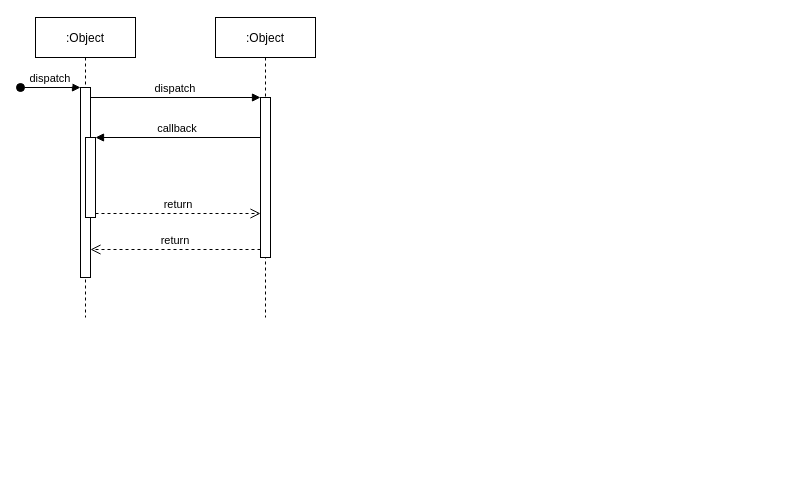
Before: Untitled Diagram.drawio in elianenettoportal/JestTest, a draw.io diagram. Source tidied: cells renumbered, new cells numbered last; positions are measured from the earlier drawing's top-left corner, leaving out a move shared by most shapes. Both pictures are drawn from the tidied source at 100%, with x=0, y=0 at pixel (20, 17).
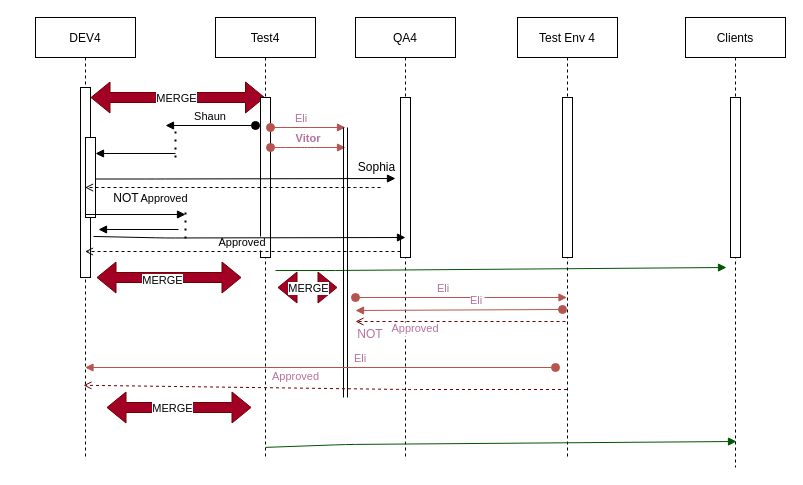
After the change.

The change refers to these unchanged cells:
```xml
<mxCell id="3" style="points=[];perimeter=orthogonalPerimeter;rounded=0;shadow=0;strokeWidth=1;" parent="2" vertex="1">
  <mxGeometry x="45" y="70" width="10" height="190" as="geometry" />
</mxCell>
<mxCell id="5" style="points=[];perimeter=orthogonalPerimeter;rounded=0;shadow=0;strokeWidth=1;" parent="2" vertex="1">
  <mxGeometry x="50" y="120" width="10" height="80" as="geometry" />
</mxCell>
<mxCell id="7" style="points=[];perimeter=orthogonalPerimeter;rounded=0;shadow=0;strokeWidth=1;" parent="6" vertex="1">
  <mxGeometry x="45" y="80" width="10" height="160" as="geometry" />
</mxCell>
```

Diff of the diagram source:
```diff
@@
-    <mxCell id="2" value=":Object" style="shape=umlLifeline;perimeter=lifelinePerimeter;rounded=0;shadow=0;strokeWidth=1;" parent="1" vertex="1">
-      <mxGeometry x="15" width="100" height="300" as="geometry" />
+    <mxCell id="2" value="DEV4" style="shape=umlLifeline;perimeter=lifelinePerimeter;rounded=0;shadow=0;strokeWidth=1;" parent="1" vertex="1">
+      <mxGeometry x="15" width="100" height="440" as="geometry" />
     </mxCell>
@@
-    <mxCell id="4" value="dispatch" style="verticalAlign=bottom;startArrow=oval;endArrow=block;startSize=8;shadow=0;strokeWidth=1;" parent="2" edge="1" target="3">
-      <mxGeometry relative="1" as="geometry">
-        <mxPoint x="-15" y="70" as="sourcePoint" />
-      </mxGeometry>
-    </mxCell>
@@
+    <mxCell id="12" style="shape=flexArrow;endArrow=classic;startArrow=classic;html=1;rounded=0;fillColor=#a20025;strokeColor=#6F0000;" parent="2" edge="1" target="6">
+      <mxGeometry relative="1" as="geometry">
+        <mxPoint x="55" y="80" as="sourcePoint" />
+      </mxGeometry>
+    </mxCell>
+    <mxCell id="13" value="MERGE" style="edgeLabel;html=1;align=center;verticalAlign=middle;" parent="12" vertex="1">
+      <mxGeometry x="0.34" y="3" relative="1" as="geometry">
+        <mxPoint x="-32" y="3" as="offset" />
+      </mxGeometry>
+    </mxCell>
-    <mxCell id="6" value=":Object" style="shape=umlLifeline;perimeter=lifelinePerimeter;rounded=0;shadow=0;strokeWidth=1;" parent="1" vertex="1">
-      <mxGeometry x="195" width="100" height="300" as="geometry" />
+    <mxCell id="6" value="Test4" style="shape=umlLifeline;perimeter=lifelinePerimeter;rounded=0;shadow=0;strokeWidth=1;" parent="1" vertex="1">
+      <mxGeometry x="195" width="100" height="440" as="geometry" />
     </mxCell>
@@
-    <mxCell id="8" value="return" style="verticalAlign=bottom;endArrow=open;dashed=1;endSize=8;exitX=0;exitY=0.95;shadow=0;strokeWidth=1;" parent="1" edge="1" source="7" target="3">
-      <mxGeometry relative="1" as="geometry" />
-    </mxCell>
-    <mxCell id="9" value="dispatch" style="verticalAlign=bottom;endArrow=block;entryX=0;entryY=0;shadow=0;strokeWidth=1;" parent="1" edge="1" source="3" target="7">
-      <mxGeometry relative="1" as="geometry" />
-    </mxCell>
+    <mxCell id="14" value="Eli" style="verticalAlign=bottom;startArrow=oval;endArrow=block;startSize=8;shadow=0;strokeWidth=1;fillColor=#f8cecc;strokeColor=#b85450;fontColor=#B5739D;" parent="6" edge="1">
+      <mxGeometry x="-0.17" relative="1" as="geometry">
+        <mxPoint x="55" y="110" as="sourcePoint" />
+        <mxPoint x="130" y="110" as="targetPoint" />
+      </mxGeometry>
+    </mxCell>
+    <mxCell id="15" value="Vitor" style="verticalAlign=bottom;startArrow=oval;endArrow=block;startSize=8;shadow=0;strokeWidth=1;fontColor=#B5739D;fontStyle=1;fillColor=#f8cecc;strokeColor=#b85450;" parent="6" edge="1">
+      <mxGeometry relative="1" as="geometry">
+        <mxPoint x="55" y="130" as="sourcePoint" />
+        <mxPoint x="130" y="130" as="targetPoint" />
+        <Array as="points">
+          <mxPoint x="80" y="130" />
+          <mxPoint x="90" y="130" />
+        </Array>
+      </mxGeometry>
+    </mxCell>
+    <mxCell id="16" value="Shaun" style="verticalAlign=bottom;startArrow=oval;endArrow=block;startSize=8;shadow=0;strokeWidth=1;" parent="6" edge="1">
+      <mxGeometry relative="1" as="geometry">
+        <mxPoint x="40" y="108" as="sourcePoint" />
+        <mxPoint x="-50" y="108" as="targetPoint" />
+      </mxGeometry>
+    </mxCell>
+    <mxCell id="17" style="verticalAlign=bottom;endArrow=block;shadow=0;strokeWidth=1;" parent="6" edge="1">
+      <mxGeometry relative="1" as="geometry">
+        <mxPoint x="-120" y="161.5" as="sourcePoint" />
+        <mxPoint x="180" y="161" as="targetPoint" />
+        <Array as="points">
+          <mxPoint x="-60" y="161.5" />
+        </Array>
+      </mxGeometry>
+    </mxCell>
+    <mxCell id="18" style="shape=flexArrow;endArrow=classic;startArrow=classic;html=1;rounded=0;fillColor=#a20025;strokeColor=#6F0000;" parent="6" edge="1">
+      <mxGeometry relative="1" as="geometry">
+        <mxPoint x="-119" y="260" as="sourcePoint" />
+        <mxPoint x="26" y="260" as="targetPoint" />
+      </mxGeometry>
+    </mxCell>
+    <mxCell id="19" value="MERGE" style="edgeLabel;html=1;align=center;verticalAlign=middle;" parent="18" vertex="1">
+      <mxGeometry x="0.34" y="3" relative="1" as="geometry">
+        <mxPoint x="-32" y="5" as="offset" />
+      </mxGeometry>
+    </mxCell>
-    <mxCell id="10" value="callback" style="verticalAlign=bottom;endArrow=block;entryX=1;entryY=0;shadow=0;strokeWidth=1;" parent="1" edge="1" source="7" target="5">
-      <mxGeometry relative="1" as="geometry" />
+    <mxCell id="10" style="verticalAlign=bottom;endArrow=block;shadow=0;strokeWidth=1;" parent="1" edge="1">
+      <mxGeometry relative="1" as="geometry">
+        <mxPoint x="155" y="136" as="sourcePoint" />
+        <mxPoint x="75" y="136" as="targetPoint" />
+      </mxGeometry>
     </mxCell>
-    <mxCell id="11" value="return" style="verticalAlign=bottom;endArrow=open;dashed=1;endSize=8;exitX=1;exitY=0.95;shadow=0;strokeWidth=1;" parent="1" edge="1" source="5" target="7">
-      <mxGeometry relative="1" as="geometry" />
-    </mxCell>
+    <mxCell id="20" value="QA4" style="shape=umlLifeline;perimeter=lifelinePerimeter;rounded=0;shadow=0;strokeWidth=1;" parent="1" vertex="1">
+      <mxGeometry x="335" width="100" height="440" as="geometry" />
+    </mxCell>
+    <mxCell id="21" style="perimeter=orthogonalPerimeter;rounded=0;shadow=0;strokeWidth=1;" parent="20" vertex="1">
+      <mxGeometry x="45" y="80" width="10" height="160" as="geometry" />
+    </mxCell>
+    <mxCell id="22" value="Approved" style="verticalAlign=bottom;endArrow=open;dashed=1;shadow=0;strokeWidth=1;" parent="20" edge="1">
+      <mxGeometry relative="1" as="geometry">
+        <mxPoint x="45" y="234" as="sourcePoint" />
+        <mxPoint x="-270.5" y="234" as="targetPoint" />
+      </mxGeometry>
+    </mxCell>
+    <mxCell id="23" value="Eli" style="verticalAlign=bottom;startArrow=oval;endArrow=block;startSize=8;shadow=0;strokeWidth=1;fillColor=#f8cecc;strokeColor=#b85450;fontColor=#B5739D;" parent="20" edge="1">
+      <mxGeometry x="-0.17" relative="1" as="geometry">
+        <mxPoint y="280" as="sourcePoint" />
+        <mxPoint x="211.5" y="280" as="targetPoint" />
+      </mxGeometry>
+    </mxCell>
+    <mxCell id="24" value="&lt;font color=&quot;#b5739d&quot;&gt;NOT&lt;/font&gt;" style="text;html=1;strokeColor=none;fillColor=none;align=center;verticalAlign=middle;whiteSpace=wrap;rounded=0;" parent="20" vertex="1">
+      <mxGeometry x="-15" y="302" width="60" height="30" as="geometry" />
+    </mxCell>
+    <mxCell id="25" style="verticalAlign=bottom;endArrow=block;shadow=0;strokeWidth=1;entryX=-0.4;entryY=0.794;entryDx=0;entryDy=0;entryPerimeter=0;fillColor=#008a00;strokeColor=#005700;" parent="20" edge="1">
+      <mxGeometry relative="1" as="geometry">
+        <mxPoint x="-80" y="253" as="sourcePoint" />
+        <mxPoint x="371" y="250" as="targetPoint" />
+        <Array as="points">
+          <mxPoint x="-20" y="253" />
+        </Array>
+      </mxGeometry>
+    </mxCell>
+    <mxCell id="26" style="shape=flexArrow;endArrow=classic;startArrow=classic;html=1;rounded=0;fillColor=#a20025;strokeColor=#6F0000;" parent="20" edge="1">
+      <mxGeometry relative="1" as="geometry">
+        <mxPoint x="-78" y="270" as="sourcePoint" />
+        <mxPoint x="-18" y="270" as="targetPoint" />
+      </mxGeometry>
+    </mxCell>
+    <mxCell id="27" value="MERGE" style="edgeLabel;html=1;align=center;verticalAlign=middle;" parent="26" vertex="1">
+      <mxGeometry x="0.34" y="3" relative="1" as="geometry">
+        <mxPoint x="-10" y="3" as="offset" />
+      </mxGeometry>
+    </mxCell>
+    <mxCell id="28" value="Test Env 4" style="shape=umlLifeline;perimeter=lifelinePerimeter;rounded=0;shadow=0;strokeWidth=1;" parent="1" vertex="1">
+      <mxGeometry x="497" width="100" height="440" as="geometry" />
+    </mxCell>
+    <mxCell id="29" style="perimeter=orthogonalPerimeter;rounded=0;shadow=0;strokeWidth=1;" parent="28" vertex="1">
+      <mxGeometry x="45" y="80" width="10" height="160" as="geometry" />
+    </mxCell>
+    <mxCell id="30" value="Approved" style="verticalAlign=bottom;endArrow=open;dashed=1;shadow=0;strokeWidth=1;fillColor=#a20025;strokeColor=#6F0000;fontColor=#B5739D;" parent="28" edge="1">
+      <mxGeometry x="0.43" y="16" relative="1" as="geometry">
+        <mxPoint x="48" y="304" as="sourcePoint" />
+        <mxPoint x="-162" y="304" as="targetPoint" />
+      </mxGeometry>
+    </mxCell>
+    <mxCell id="31" value="Clients" style="shape=umlLifeline;perimeter=lifelinePerimeter;rounded=0;shadow=0;strokeWidth=1;" parent="1" vertex="1">
+      <mxGeometry x="665" width="100" height="450" as="geometry" />
+    </mxCell>
+    <mxCell id="32" style="perimeter=orthogonalPerimeter;rounded=0;shadow=0;strokeWidth=1;" parent="31" vertex="1">
+      <mxGeometry x="45" y="80" width="10" height="160" as="geometry" />
+    </mxCell>
+    <mxCell id="33" style="endArrow=none;dashed=1;html=1;dashPattern=1 3;strokeWidth=2;rounded=0;" parent="1" edge="1">
+      <mxGeometry relative="1" as="geometry">
+        <mxPoint x="155" y="140" as="sourcePoint" />
+        <mxPoint x="155" y="110" as="targetPoint" />
+      </mxGeometry>
+    </mxCell>
+    <mxCell id="34" value="Sophia" style="text;html=1;align=center;verticalAlign=middle;strokeColor=none;fillColor=none;" parent="1" vertex="1">
+      <mxGeometry x="331" y="140" width="50" height="20" as="geometry" />
+    </mxCell>
+    <mxCell id="35" value="Approved" style="verticalAlign=bottom;endArrow=open;dashed=1;shadow=0;strokeWidth=1;" parent="1" edge="1" target="2">
+      <mxGeometry x="0.46" y="20" relative="1" as="geometry">
+        <mxPoint x="360" y="170" as="sourcePoint" />
+        <Array as="points">
+          <mxPoint x="345" y="170" />
+        </Array>
+      </mxGeometry>
+    </mxCell>
+    <mxCell id="36" value="NOT" style="text;html=1;strokeColor=none;fillColor=none;align=center;verticalAlign=middle;whiteSpace=wrap;rounded=0;" parent="1" vertex="1">
+      <mxGeometry x="76" y="166" width="60" height="30" as="geometry" />
+    </mxCell>
+    <mxCell id="37" style="shape=link;html=1;rounded=0;labelBackgroundColor=#B5739D;fontColor=#B5739D;" parent="1" edge="1">
+      <mxGeometry relative="1" as="geometry">
+        <mxPoint x="325" y="110" as="sourcePoint" />
+        <mxPoint x="325" y="380" as="targetPoint" />
+      </mxGeometry>
+    </mxCell>
+    <mxCell id="38" value="Eli" style="verticalAlign=bottom;startArrow=oval;endArrow=block;startSize=8;shadow=0;strokeWidth=1;fillColor=#f8cecc;strokeColor=#b85450;fontColor=#B5739D;" parent="1" edge="1" target="2">
+      <mxGeometry x="-0.17" relative="1" as="geometry">
+        <mxPoint x="535" y="350" as="sourcePoint" />
+      </mxGeometry>
+    </mxCell>
+    <mxCell id="39" style="shape=flexArrow;endArrow=classic;startArrow=classic;html=1;rounded=0;fillColor=#a20025;strokeColor=#6F0000;" parent="1" edge="1">
+      <mxGeometry relative="1" as="geometry">
+        <mxPoint x="86" y="390" as="sourcePoint" />
+        <mxPoint x="231" y="390" as="targetPoint" />
+      </mxGeometry>
+    </mxCell>
+    <mxCell id="40" value="MERGE" style="edgeLabel;html=1;align=center;verticalAlign=middle;" parent="39" vertex="1">
+      <mxGeometry x="0.34" y="3" relative="1" as="geometry">
+        <mxPoint x="-32" y="3" as="offset" />
+      </mxGeometry>
+    </mxCell>
+    <mxCell id="41" value="Approved" style="verticalAlign=bottom;endArrow=open;dashed=1;shadow=0;strokeWidth=1;entryX=0.48;entryY=0.82;entryDx=0;entryDy=0;entryPerimeter=0;fillColor=#a20025;strokeColor=#6F0000;fontColor=#B5739D;" parent="1" edge="1">
+      <mxGeometry x="0.12" y="-3" relative="1" as="geometry">
+        <mxPoint x="546.5" y="372" as="sourcePoint" />
+        <mxPoint x="63" y="367.8" as="targetPoint" />
+        <Array as="points">
+          <mxPoint x="385" y="372" />
+        </Array>
+      </mxGeometry>
+    </mxCell>
+    <mxCell id="42" style="verticalAlign=bottom;endArrow=block;shadow=0;strokeWidth=1;entryX=-0.4;entryY=0.794;entryDx=0;entryDy=0;entryPerimeter=0;fillColor=#008a00;strokeColor=#005700;exitX=0.5;exitY=0.977;exitDx=0;exitDy=0;exitPerimeter=0;" parent="1" edge="1" source="6">
+      <mxGeometry relative="1" as="geometry">
+        <mxPoint x="716" y="424" as="targetPoint" />
+        <Array as="points">
+          <mxPoint x="325" y="427" />
+        </Array>
+      </mxGeometry>
+    </mxCell>
+    <mxCell id="43" value="Eli" style="verticalAlign=bottom;startArrow=oval;endArrow=block;startSize=8;shadow=0;strokeWidth=1;fillColor=#f8cecc;strokeColor=#b85450;fontColor=#B5739D;exitX=0;exitY=0.994;exitDx=0;exitDy=0;exitPerimeter=0;" parent="1" edge="1">
+      <mxGeometry x="-0.17" relative="1" as="geometry">
+        <mxPoint x="542" y="292" as="sourcePoint" />
+        <mxPoint x="335" y="293" as="targetPoint" />
+      </mxGeometry>
+    </mxCell>
+    <mxCell id="44" style="verticalAlign=bottom;endArrow=block;shadow=0;strokeWidth=1;" parent="1" edge="1" source="2">
+      <mxGeometry relative="1" as="geometry">
+        <mxPoint x="165" y="197" as="targetPoint" />
+      </mxGeometry>
+    </mxCell>
+    <mxCell id="45" style="verticalAlign=bottom;endArrow=block;shadow=0;strokeWidth=1;" parent="1" edge="1">
+      <mxGeometry relative="1" as="geometry">
+        <mxPoint x="158" y="212" as="sourcePoint" />
+        <mxPoint x="78" y="212" as="targetPoint" />
+      </mxGeometry>
+    </mxCell>
+    <mxCell id="46" style="endArrow=none;dashed=1;html=1;dashPattern=1 3;strokeWidth=2;rounded=0;" parent="1" edge="1">
+      <mxGeometry relative="1" as="geometry">
+        <mxPoint x="165" y="221" as="sourcePoint" />
+        <mxPoint x="165" y="191" as="targetPoint" />
+      </mxGeometry>
+    </mxCell>
+    <mxCell id="47" style="verticalAlign=bottom;endArrow=block;shadow=0;strokeWidth=1;exitX=1.3;exitY=0.784;exitDx=0;exitDy=0;exitPerimeter=0;" parent="1" edge="1" source="3">
+      <mxGeometry relative="1" as="geometry">
+        <mxPoint x="385" y="220" as="targetPoint" />
+        <Array as="points">
+          <mxPoint x="145" y="220.5" />
+        </Array>
+      </mxGeometry>
+    </mxCell>
```
